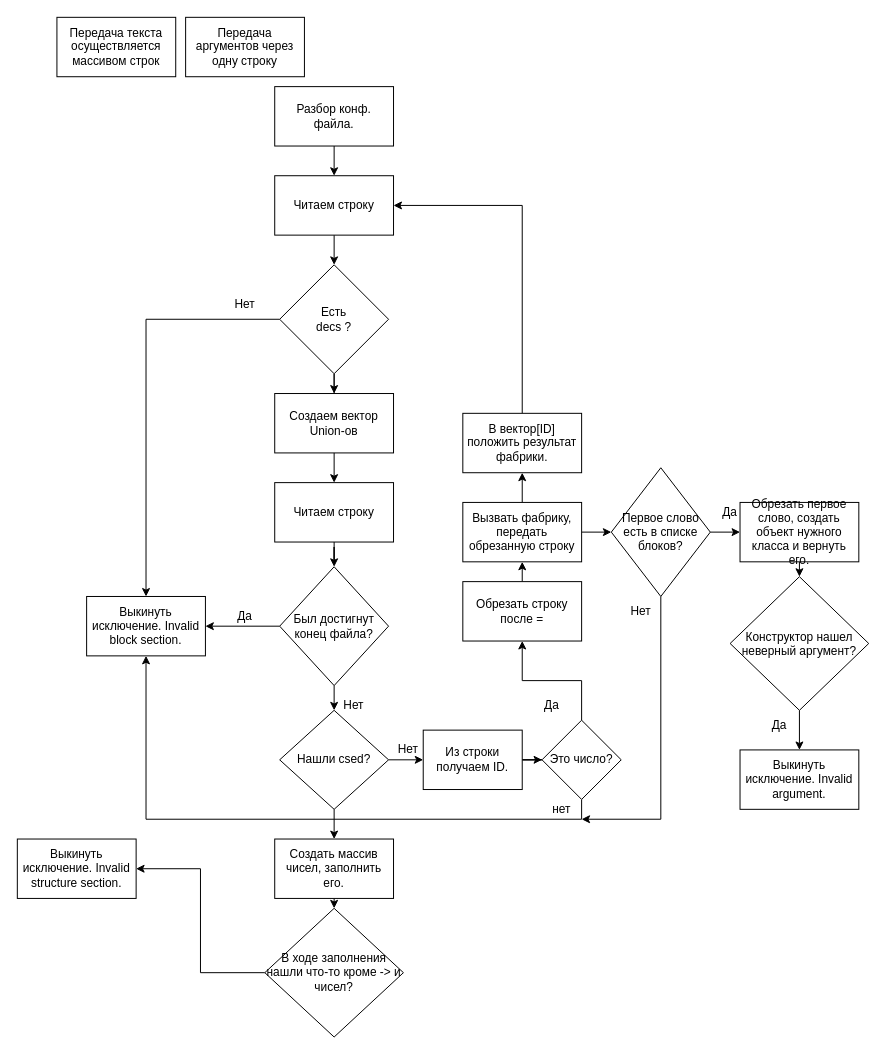
This is OOP/Untitled Diagram.drawio from Diif/NSU, a draw.io file, before an edit. Source tidied: cells renumbered, new cells numbered last; positions are measured from the earlier drawing's top-left corner, leaving out a move shared by most shapes. Both pictures are drawn from the tidied source at 99%, with x=0, y=0 at pixel (17, 17).
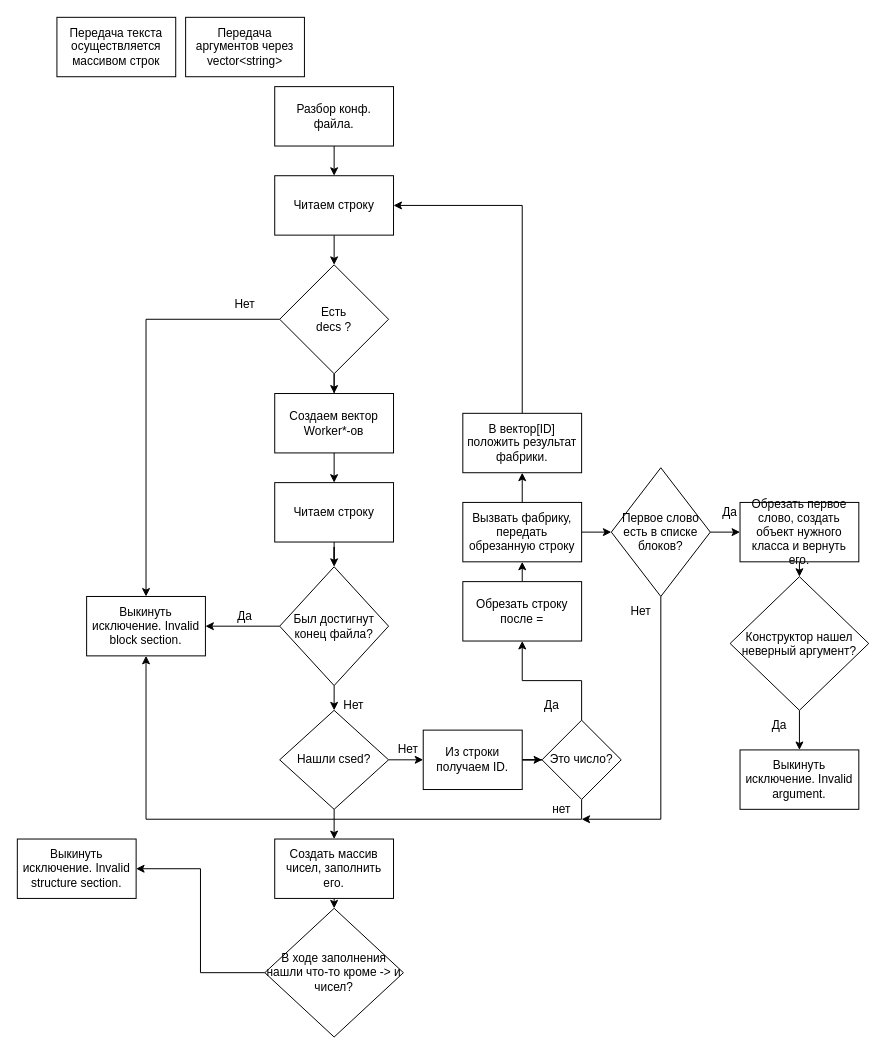
Above is the later version.

Diff of the diagram source:
```diff
@@
-    <mxCell id="24" value="Создаем вектор Union-ов" style="rounded=0;whiteSpace=wrap;html=1;" parent="1" vertex="1">
+    <mxCell id="24" value="Создаем вектор Worker*-ов" style="rounded=0;whiteSpace=wrap;html=1;" parent="1" vertex="1">
       <mxGeometry x="260" y="380" width="120" height="60" as="geometry" />
     </mxCell>
-    <mxCell id="25" value="Передача аргументов через одну строку" style="rounded=0;whiteSpace=wrap;html=1;" parent="1" vertex="1">
+    <mxCell id="25" value="Передача аргументов через vector&amp;lt;string&amp;gt;" style="rounded=0;whiteSpace=wrap;html=1;" parent="1" vertex="1">
       <mxGeometry x="170" width="120" height="60" as="geometry" />
     </mxCell>
```
